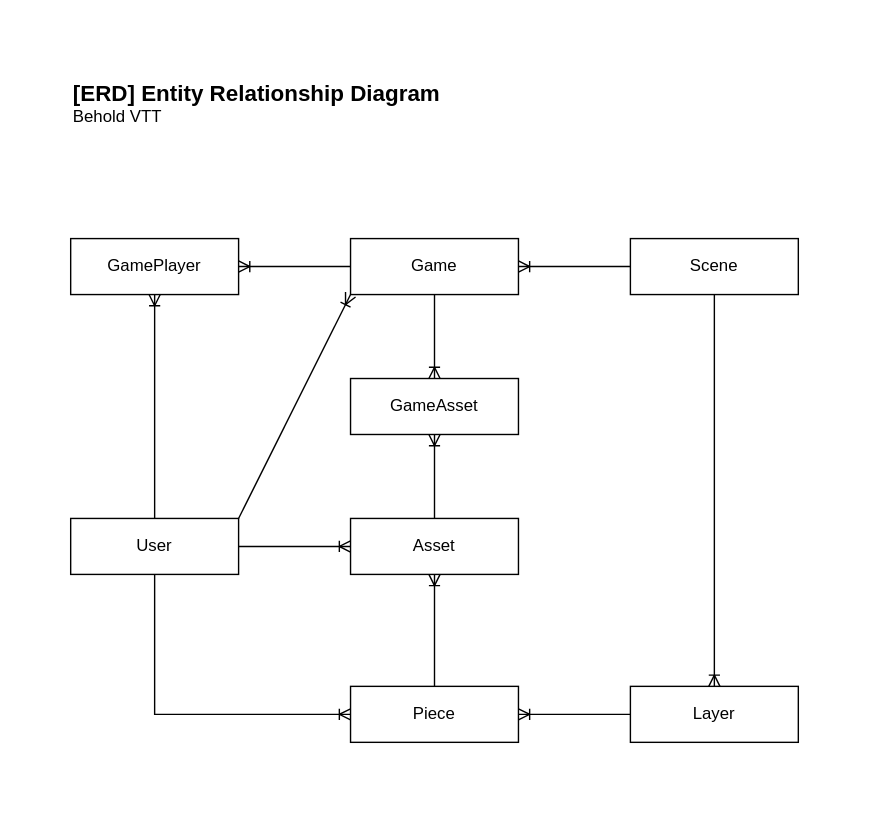
This is doc/images/erd.drawio.svg from freeborough/behold, a draw.io export, as it was before one commit. Source tidied: cells renumbered, new cells last; positions are measured from the earlier drawing's top-left corner, leaving out a move shared by most shapes.
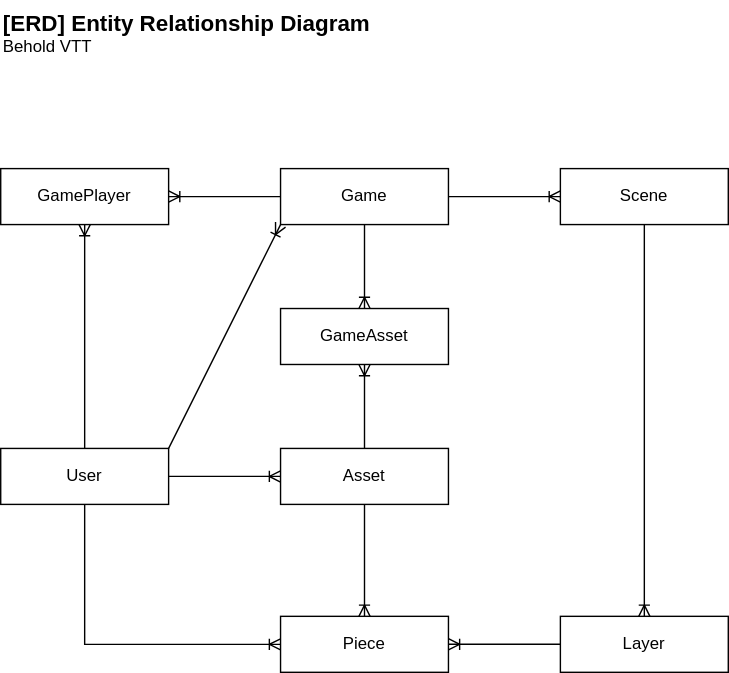
Later version of the same file.

Commit message:
Fixed some ERD relationships.

- A scene can only belong to one game, but a game can have many scenes.

- A piece can only have one asset, but an asset can belong to many pieces.

Diff of the diagram source:
```diff
@@ -8,7 +8,7 @@
     <mxCell id="3" style="edgeStyle=orthogonalEdgeStyle;rounded=0;jettySize=auto;html=1;entryX=0.5;entryY=0;entryDx=0;entryDy=0;endArrow=ERoneToMany;endFill=0;" parent="1" edge="1" source="6" target="16">
       <mxGeometry relative="1" as="geometry" />
     </mxCell>
-    <mxCell id="4" style="edgeStyle=orthogonalEdgeStyle;rounded=0;jettySize=auto;html=1;exitX=1;exitY=0.5;exitDx=0;exitDy=0;entryX=0;entryY=0.5;entryDx=0;entryDy=0;endArrow=none;endFill=0;startArrow=ERoneToMany;startFill=0;" parent="1" edge="1" source="6" target="9">
+    <mxCell id="4" style="edgeStyle=orthogonalEdgeStyle;rounded=0;jettySize=auto;html=1;exitX=0;exitY=0.5;exitDx=0;exitDy=0;entryX=1;entryY=0.5;entryDx=0;entryDy=0;endArrow=none;endFill=0;startArrow=ERoneToMany;startFill=0;" parent="1" edge="1" source="9" target="6">
       <mxGeometry relative="1" as="geometry" />
     </mxCell>
     <mxCell id="5" style="rounded=0;jettySize=auto;html=1;exitX=0;exitY=1;exitDx=0;exitDy=0;entryX=1;entryY=0;entryDx=0;entryDy=0;endArrow=none;endFill=0;startArrow=ERoneToMany;startFill=0;" parent="1" edge="1" source="6" target="2">
@@ -26,7 +26,7 @@
     <mxCell id="9" value="Scene" style="whiteSpace=wrap;html=1;align=center;" parent="1" vertex="1">
       <mxGeometry x="400" y="120" width="120" height="40" as="geometry" />
     </mxCell>
-    <mxCell id="10" style="edgeStyle=orthogonalEdgeStyle;rounded=0;jettySize=auto;html=1;entryX=0.5;entryY=1;entryDx=0;entryDy=0;endArrow=none;endFill=0;startArrow=ERoneToMany;startFill=0;" parent="1" edge="1" source="11" target="9">
+    <mxCell id="10" style="edgeStyle=orthogonalEdgeStyle;rounded=0;jettySize=auto;html=1;endArrow=none;endFill=0;startArrow=ERoneToMany;startFill=0;entryX=0.5;entryY=1;entryDx=0;entryDy=0;" parent="1" edge="1" source="11" target="9">
       <mxGeometry relative="1" as="geometry" />
     </mxCell>
     <mxCell id="11" value="Layer" style="whiteSpace=wrap;html=1;align=center;" parent="1" vertex="1">
@@ -35,7 +35,7 @@
     <mxCell id="12" style="edgeStyle=orthogonalEdgeStyle;rounded=0;jettySize=auto;html=1;entryX=1;entryY=0.5;entryDx=0;entryDy=0;endArrow=none;endFill=0;startArrow=ERoneToMany;startFill=0;" parent="1" edge="1" source="15" target="2">
       <mxGeometry relative="1" as="geometry" />
     </mxCell>
-    <mxCell id="13" style="edgeStyle=orthogonalEdgeStyle;rounded=0;jettySize=auto;html=1;entryX=0.5;entryY=0;entryDx=0;entryDy=0;endArrow=none;endFill=0;startArrow=ERoneToMany;startFill=0;" parent="1" edge="1" source="15" target="19">
+    <mxCell id="13" style="edgeStyle=orthogonalEdgeStyle;rounded=0;jettySize=auto;html=1;endArrow=none;endFill=0;startArrow=ERoneToMany;startFill=0;exitX=0.5;exitY=0;exitDx=0;exitDy=0;" parent="1" edge="1" source="19" target="15">
       <mxGeometry relative="1" as="geometry" />
     </mxCell>
     <mxCell id="14" style="edgeStyle=orthogonalEdgeStyle;rounded=0;jettySize=auto;html=1;entryX=0.5;entryY=1;entryDx=0;entryDy=0;endArrow=ERoneToMany;endFill=0;" parent="1" edge="1" source="15" target="16">
```
